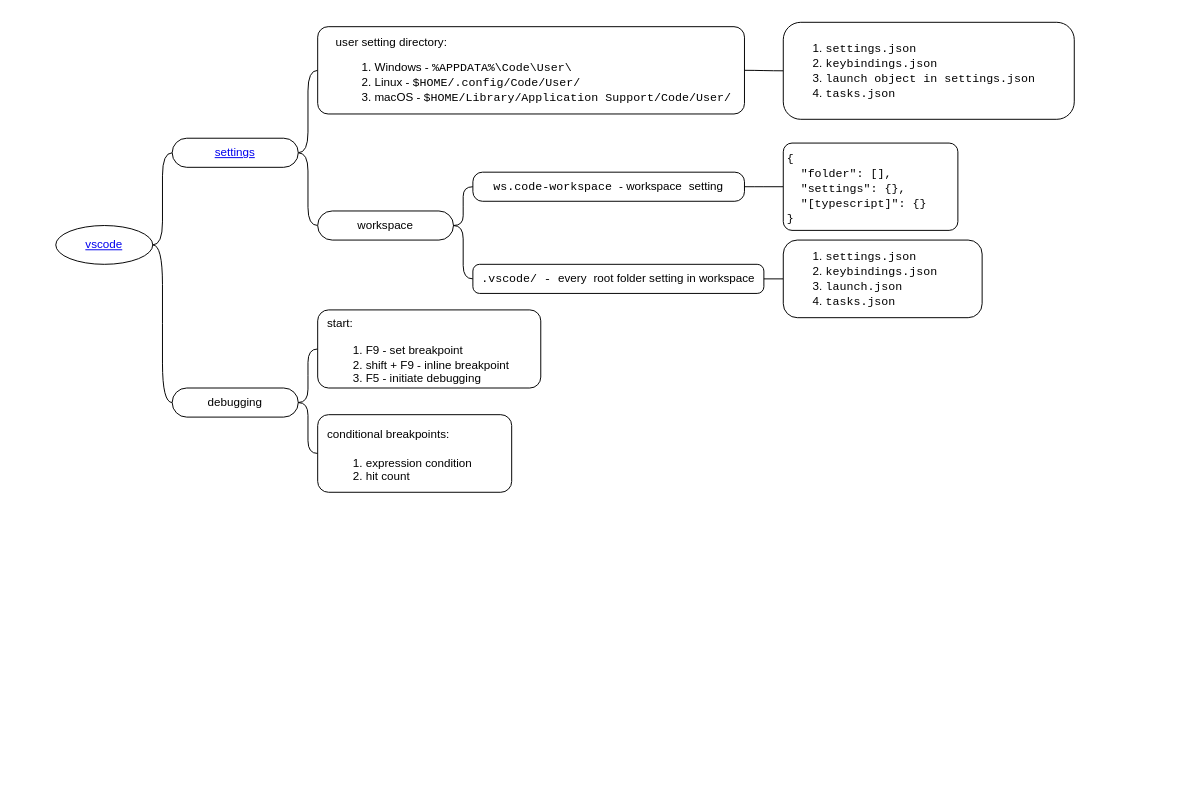
yangdj/tf_docs keeps this draw.io diagram as page "vscode" (1 of 4) of editor/vscode/vscode.drawio. Above is the earlier version. Source tidied: cells renumbered, new cells numbered last; positions are measured from the earlier drawing's top-left corner, leaving out a move shared by most shapes. Both pictures are drawn from the tidied source at 97%, with x=0, y=0 at pixel (16, 16).
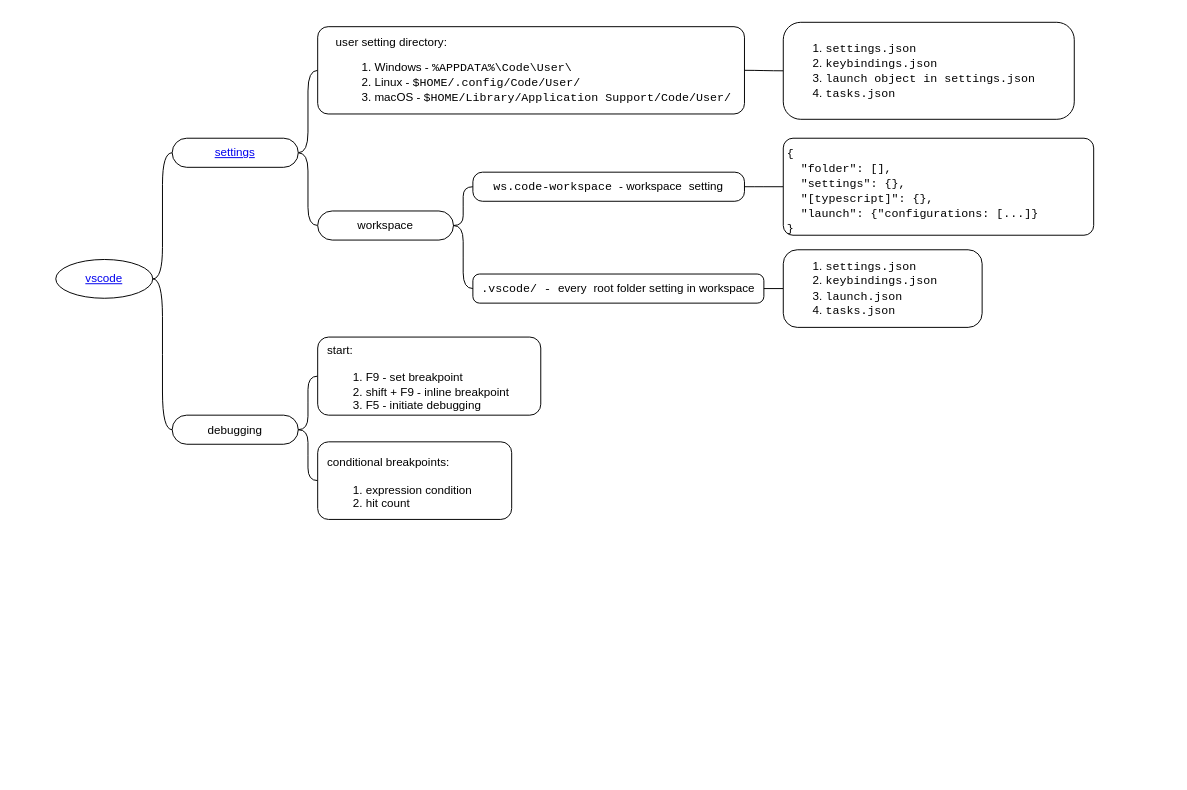
After the change.

Change to the diagram source:
```diff
@@
     <mxCell id="2" style="swimlane;html=1;startSize=20;horizontal=1;containerType=tree;fillColor=none;strokeColor=none;" parent="1" vertex="1">
-      <mxGeometry width="1190" height="540" as="geometry" />
+      <mxGeometry width="1190" height="780" as="geometry" />
     </mxCell>
@@
     <mxCell id="4" value="&lt;a href=&quot;https://code.visualstudio.com/&quot;&gt;vscode&lt;/a&gt;" style="ellipse;whiteSpace=wrap;html=1;align=center;" parent="2" vertex="1">
-      <mxGeometry x="40" y="215" width="100" height="40" as="geometry" />
+      <mxGeometry x="40" y="250" width="100" height="40" as="geometry" />
     </mxCell>
@@
     <mxCell id="11" value="&lt;font face=&quot;Courier New&quot;&gt;.vscode/ - &lt;/font&gt;every&lt;font face=&quot;Courier New&quot;&gt;&amp;nbsp;&lt;/font&gt;root folder setting in workspace" style="whiteSpace=wrap;html=1;rounded=1;arcSize=23;align=center;verticalAlign=middle;strokeWidth=1;spacing=4;" parent="2" vertex="1">
-      <mxGeometry x="470" y="255" width="300" height="30" as="geometry" />
+      <mxGeometry x="470" y="265" width="300" height="30" as="geometry" />
     </mxCell>
@@
     <mxCell id="13" value="&lt;ol&gt;&lt;li&gt;&lt;font face=&quot;Courier New&quot;&gt;settings.json&lt;/font&gt;&lt;/li&gt;&lt;li&gt;&lt;font face=&quot;Courier New&quot;&gt;keybindings.json&lt;/font&gt;&lt;/li&gt;&lt;li&gt;&lt;font face=&quot;Courier New&quot;&gt;launch.json&lt;/font&gt;&lt;/li&gt;&lt;li&gt;&lt;font face=&quot;Courier New&quot;&gt;tasks.json&lt;/font&gt;&lt;/li&gt;&lt;/ol&gt;" style="whiteSpace=wrap;html=1;rounded=1;arcSize=18;align=left;verticalAlign=middle;strokeWidth=1;spacing=4;" parent="2" vertex="1">
-      <mxGeometry x="790" y="230" width="205" height="80" as="geometry" />
+      <mxGeometry x="790" y="240" width="205" height="80" as="geometry" />
     </mxCell>
@@
-    <mxCell id="17" value="&lt;font face=&quot;Courier New&quot; style=&quot;font-size: 12px&quot;&gt;{&lt;br&gt;&amp;nbsp; &quot;folder&quot;: [],&lt;br&gt;&amp;nbsp; &quot;settings&quot;: {},&lt;br&gt;&amp;nbsp; &quot;[typescript]&quot;: {}&lt;br&gt;}&lt;br&gt;&lt;/font&gt;" style="whiteSpace=wrap;html=1;rounded=1;arcSize=10;align=left;verticalAlign=top;strokeWidth=1;spacing=4;" parent="2" vertex="1">
-      <mxGeometry x="790" y="130" width="180" height="90" as="geometry" />
+    <mxCell id="17" value="&lt;font face=&quot;Courier New&quot; style=&quot;font-size: 12px&quot;&gt;{&lt;br&gt;&amp;nbsp; &quot;folder&quot;: [],&lt;br&gt;&amp;nbsp; &quot;settings&quot;: {},&lt;br&gt;&amp;nbsp; &quot;[typescript]&quot;: {},&lt;br&gt;&amp;nbsp; &quot;launch&quot;: {&quot;configurations: [...]}&lt;br&gt;}&lt;br&gt;&lt;/font&gt;" style="whiteSpace=wrap;html=1;rounded=1;arcSize=10;align=left;verticalAlign=top;strokeWidth=1;spacing=4;" parent="2" vertex="1">
+      <mxGeometry x="790" y="125" width="320" height="100" as="geometry" />
     </mxCell>
@@
     <mxCell id="21" value="debugging" style="whiteSpace=wrap;html=1;rounded=1;arcSize=50;align=center;verticalAlign=middle;strokeWidth=1;spacing=4;" parent="2" vertex="1">
-      <mxGeometry x="160" y="382.5" width="130" height="30" as="geometry" />
+      <mxGeometry x="160" y="410.5" width="130" height="30" as="geometry" />
     </mxCell>
@@
     <mxCell id="23" value="&lt;h3&gt;&lt;span style=&quot;font-size: 12px ; font-weight: normal&quot;&gt;start:&lt;/span&gt;&lt;br&gt;&lt;/h3&gt;&lt;ol&gt;&lt;li&gt;F9 - set breakpoint&lt;/li&gt;&lt;li&gt;shift + F9 - inline breakpoint&lt;/li&gt;&lt;li&gt;F5 - initiate debugging&amp;nbsp;&lt;/li&gt;&lt;/ol&gt;" style="whiteSpace=wrap;html=1;rounded=1;arcSize=14;align=left;verticalAlign=middle;strokeWidth=1;spacing=4;spacingLeft=6;" parent="2" vertex="1">
-      <mxGeometry x="310" y="302" width="230" height="80.5" as="geometry" />
+      <mxGeometry x="310" y="330" width="230" height="80.5" as="geometry" />
     </mxCell>
@@
     <mxCell id="25" value="&lt;h3&gt;&lt;span style=&quot;font-size: 12px ; font-weight: normal&quot;&gt;conditional breakpoints:&lt;/span&gt;&lt;br&gt;&lt;/h3&gt;&lt;ol&gt;&lt;li&gt;expression condition&lt;/li&gt;&lt;li&gt;hit count&amp;nbsp;&lt;/li&gt;&lt;/ol&gt;" style="whiteSpace=wrap;html=1;rounded=1;arcSize=14;align=left;verticalAlign=middle;strokeWidth=1;spacing=4;spacingLeft=6;" parent="2" vertex="1">
-      <mxGeometry x="310" y="410" width="200" height="80" as="geometry" />
+      <mxGeometry x="310" y="438" width="200" height="80" as="geometry" />
     </mxCell>
```
